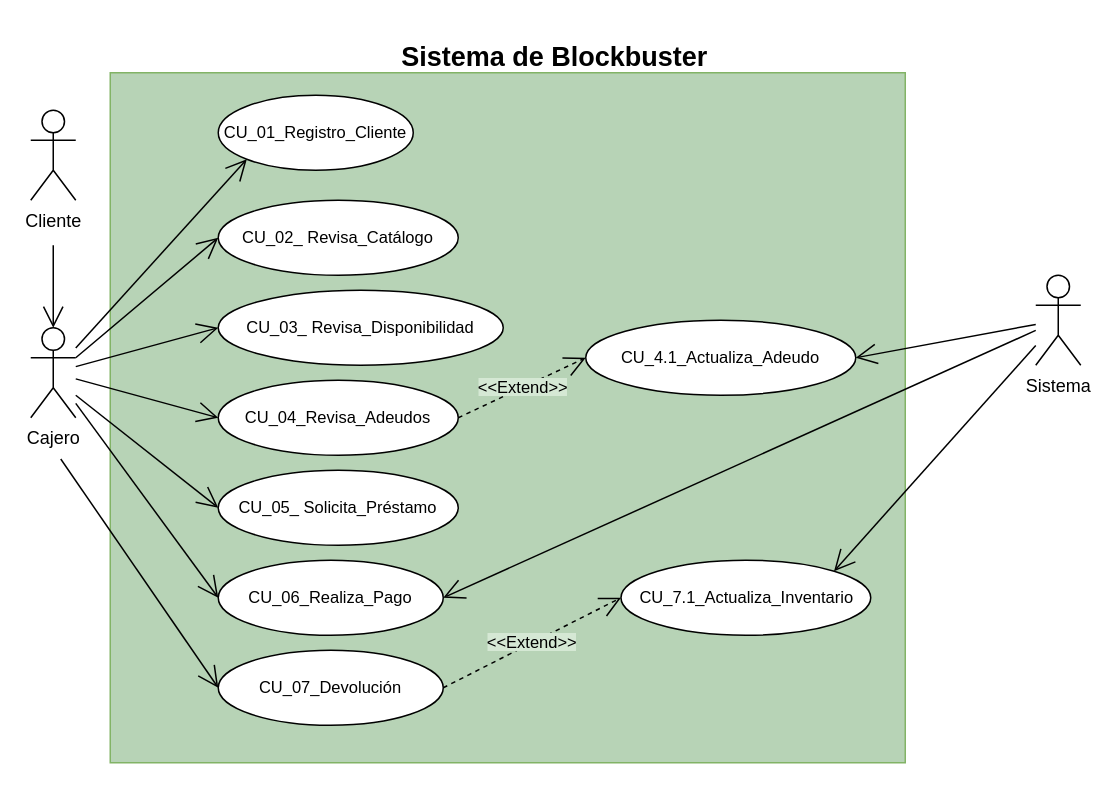
This is page "Página-1" (1 of 8) of Casos de uso Blockbuster.drawio from andreamorenom/Laboratorio-Empresarial, a draw.io file, before an edit. Source tidied: cells renumbered, new cells numbered last; positions are measured from the earlier drawing's top-left corner, leaving out a move shared by most shapes. Both pictures are drawn from the tidied source at 150%, with x=0, y=0 at pixel (30, 34).
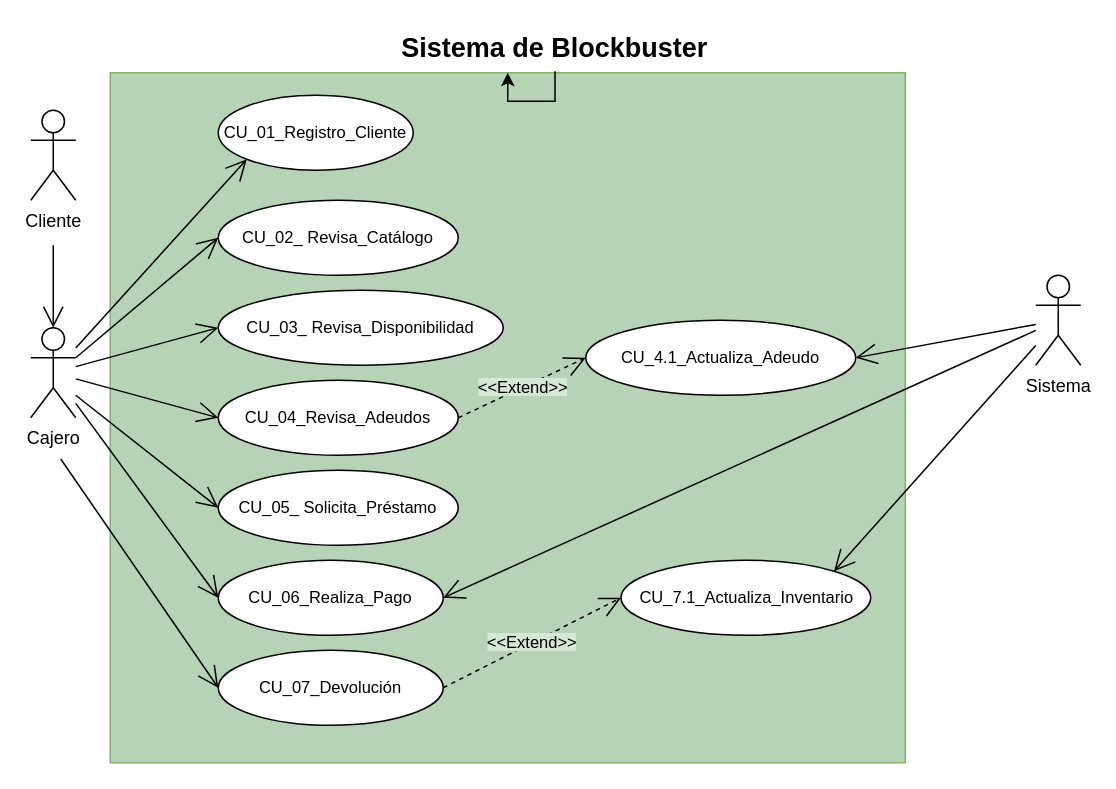
Above is the later version.

The change refers to these unchanged cells:
```xml
<mxCell id="3" style="rounded=0;whiteSpace=wrap;html=1;fillColor=light-dark(#b7d3b6, #1f2f1e);strokeColor=#82b366;" parent="1" vertex="1">
  <mxGeometry x="53" y="25" width="530" height="460" as="geometry" />
</mxCell>
```

Diff of the diagram source:
```diff
@@
+    <mxCell id="29" style="edgeStyle=orthogonalEdgeStyle;rounded=0;jettySize=auto;html=1;" parent="1" edge="1" source="23" target="3">
+      <mxGeometry relative="1" as="geometry" />
+    </mxCell>
     <mxCell id="23" value="Sistema de Blockbuster" style="text;html=1;align=center;verticalAlign=middle;whiteSpace=wrap;rounded=0;fontSize=18;fontStyle=1;" parent="1" vertex="1">
-      <mxGeometry x="233" width="233" height="30" as="geometry" />
+      <mxGeometry x="233" y="-6" width="233" height="30" as="geometry" />
     </mxCell>
```
